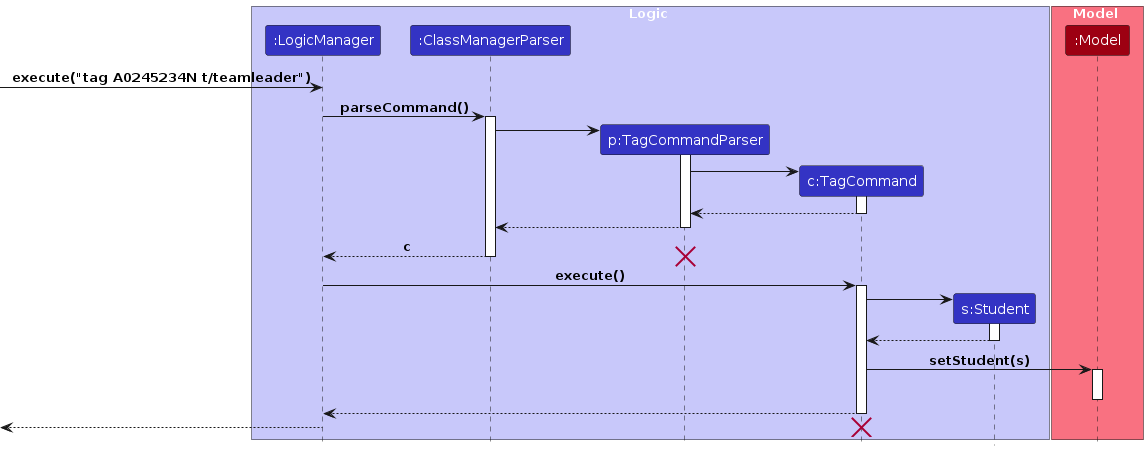
AY2324S1-CS2103T-T11-1/tp keeps this PlantUML diagram as diagrams/TagCommand.png. Above is the earlier version. Its source is kept beside it as diagrams/TagCommand.puml.
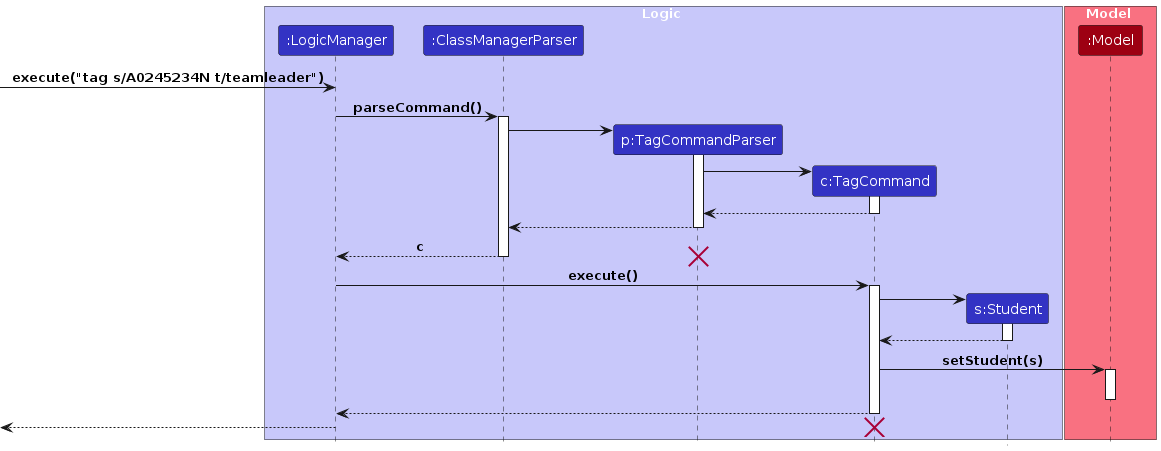
The same diagram one commit later.

Change to the diagram source:
```diff
@@ -13,7 +13,7 @@
 participant ":Model" as Model MODEL_COLOR
 end box
 
-[-> LogicManager : execute("tag A0245234N t/teamleader")
+[-> LogicManager : execute("tag s/A0245234N t/teamleader")
 
 LogicManager -> ClassManagerParser : parseCommand()
 activate ClassManagerParser
```
